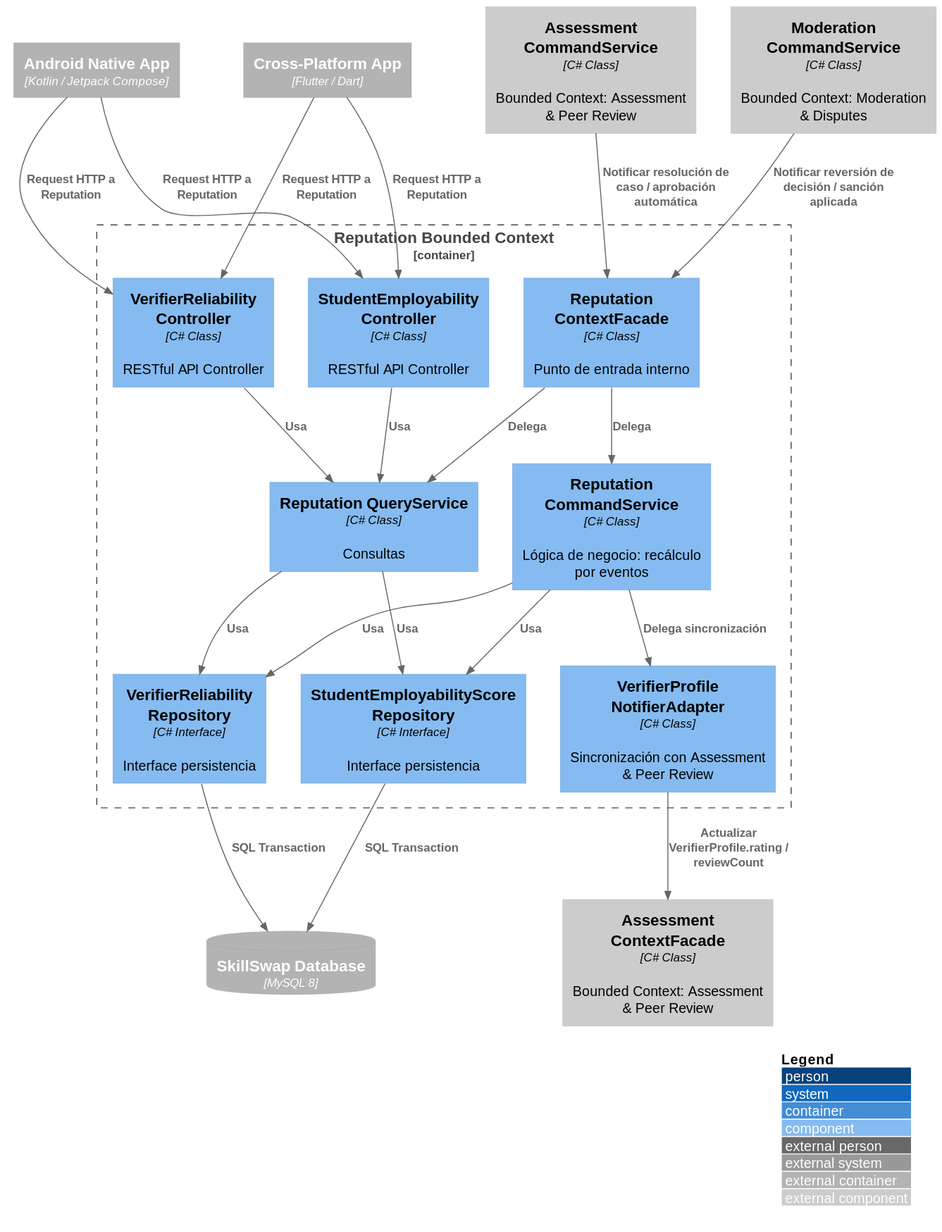
Before: images-doc/ReputationComponent.svg, a diagram exported from PlantUML (Aplicaciones-Dispositivos-Moviles/SkillSwap-ProjectReport).
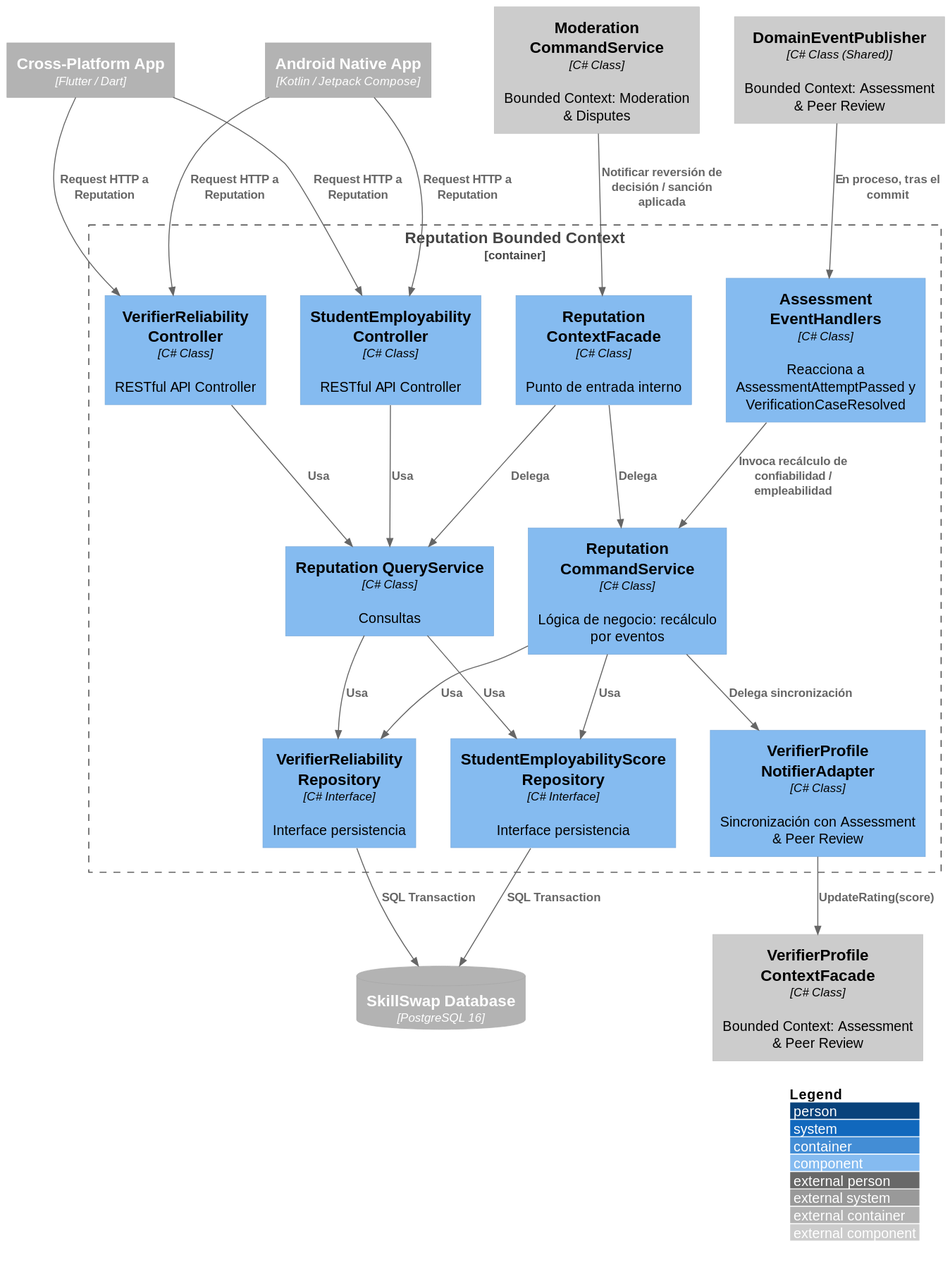
Above is the later version.

Change to the diagram source:
```diff
@@ -5,21 +5,22 @@
 
 Container_Ext(androidApp, "Android Native App", "Kotlin / Jetpack Compose")
 Container_Ext(flutterApp, "Cross-Platform App", "Flutter / Dart")
-ContainerDb_Ext(mainDB, "SkillSwap Database", "MySQL 8")
+ContainerDb_Ext(mainDB, "SkillSwap Database", "PostgreSQL 16")
 
 Container_Boundary(reputationBC, "Reputation Bounded Context") {
     Component(verifierReliabilityController, "VerifierReliability Controller", "C# Class", "RESTful API Controller")
     Component(studentEmployabilityController, "StudentEmployability Controller", "C# Class", "RESTful API Controller")
     Component(reputationCommandService, "Reputation CommandService", "C# Class", "Lógica de negocio: recálculo por eventos")
     Component(reputationQueryService, "Reputation QueryService", "C# Class", "Consultas")
+    Component(assessmentEventHandlers, "Assessment EventHandlers", "C# Class", "Reacciona a AssessmentAttemptPassed y VerificationCaseResolved")
     Component(verifierReliabilityRepository, "VerifierReliability Repository", "C# Interface", "Interface persistencia")
     Component(studentEmployabilityRepository, "StudentEmployabilityScore Repository", "C# Interface", "Interface persistencia")
     Component(verifierProfileNotifierExternal, "VerifierProfile NotifierAdapter", "C# Class", "Sincronización con Assessment & Peer Review")
     Component(reputationContextFacade, "Reputation ContextFacade", "C# Class", "Punto de entrada interno")
 }
 
-Component_Ext(assessmentContextFacade, "Assessment ContextFacade", "C# Class", "Bounded Context: Assessment & Peer Review")
-Component_Ext(assessmentCommandService, "Assessment CommandService", "C# Class", "Bounded Context: Assessment & Peer Review")
+Component_Ext(verifierProfileContextFacade, "VerifierProfile ContextFacade", "C# Class", "Bounded Context: Assessment & Peer Review")
+Component_Ext(assessmentDomainEventPublisher, "DomainEventPublisher", "C# Class (Shared)", "Bounded Context: Assessment & Peer Review")
 Component_Ext(moderationCommandService, "Moderation CommandService", "C# Class", "Bounded Context: Moderation & Disputes")
 
 Rel(androidApp, verifierReliabilityController, "Request HTTP a Reputation")
@@ -37,12 +38,14 @@
 Rel(verifierReliabilityRepository, mainDB, "SQL Transaction")
 Rel(studentEmployabilityRepository, mainDB, "SQL Transaction")
 
+Rel(assessmentDomainEventPublisher, assessmentEventHandlers, "En proceso, tras el commit")
+Rel(assessmentEventHandlers, reputationCommandService, "Invoca recálculo de confiabilidad / empleabilidad")
+
 Rel(reputationCommandService, verifierProfileNotifierExternal, "Delega sincronización")
-Rel(verifierProfileNotifierExternal, assessmentContextFacade, "Actualizar VerifierProfile.rating / reviewCount")
+Rel(verifierProfileNotifierExternal, verifierProfileContextFacade, "UpdateRating(score)")
 
 Rel(reputationContextFacade, reputationCommandService, "Delega")
 Rel(reputationContextFacade, reputationQueryService, "Delega")
 
-Rel(assessmentCommandService, reputationContextFacade, "Notificar resolución de caso / aprobación automática")
 Rel(moderationCommandService, reputationContextFacade, "Notificar reversión de decisión / sanción aplicada")
 @enduml
```
